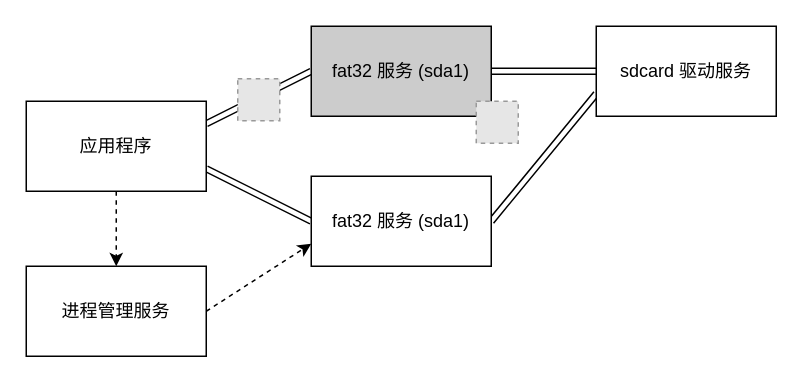
The draw.io diagram vfs/chfs_recovery.drawio in ReimuYk/drawio_master_graduate_paper, before the edit. Source tidied: cells renumbered, new cells numbered last; positions are measured from the earlier drawing's top-left corner, leaving out a move shared by most shapes. Both pictures are drawn from the tidied source at 150%, with x=0, y=0 at pixel (26, 26). Pictures stored in the file or linked from it are replaced by grey dashed boxes.
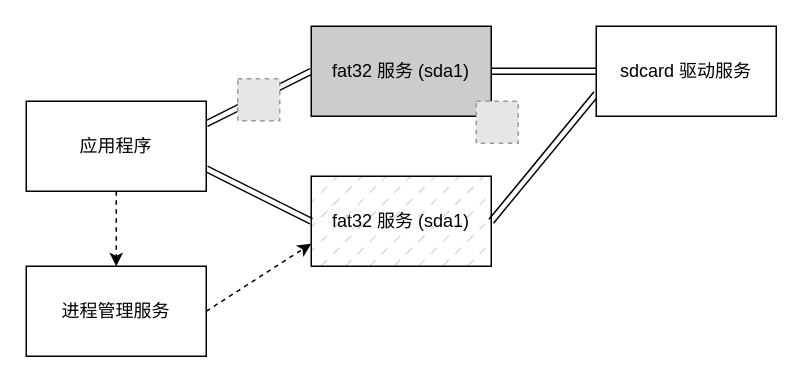
The same page after the edit.

What changed in the source:
```diff
@@
 <mxGraphModel>
   <root>
     <mxCell id="0" />
     <mxCell id="1" parent="0" />
     <mxCell id="2" style="rounded=0;jettySize=auto;html=1;exitX=1;exitY=0.25;exitDx=0;exitDy=0;entryX=0;entryY=0.5;entryDx=0;entryDy=0;shape=link;" parent="1" edge="1" source="5" target="12">
       <mxGeometry relative="1" as="geometry" />
     </mxCell>
     <mxCell id="3" style="edgeStyle=none;rounded=0;jettySize=auto;html=1;exitX=1;exitY=0.75;exitDx=0;exitDy=0;entryX=0;entryY=0.5;entryDx=0;entryDy=0;shape=link;" parent="1" edge="1" source="5" target="9">
       <mxGeometry relative="1" as="geometry" />
     </mxCell>
     <mxCell id="4" style="rounded=0;jettySize=auto;html=1;exitX=0.5;exitY=1;exitDx=0;exitDy=0;entryX=0.5;entryY=0;entryDx=0;entryDy=0;dashed=1;" parent="1" edge="1" source="5" target="7">
       <mxGeometry relative="1" as="geometry" />
     </mxCell>
     <mxCell id="5" value="应用程序" style="rounded=0;whiteSpace=wrap;html=1;" parent="1" vertex="1">
       <mxGeometry y="50" width="120" height="60" as="geometry" />
     </mxCell>
     <mxCell id="6" style="edgeStyle=none;rounded=0;jettySize=auto;html=1;exitX=1;exitY=0.5;exitDx=0;exitDy=0;entryX=0;entryY=0.75;entryDx=0;entryDy=0;dashed=1;" parent="1" edge="1" source="7" target="9">
       <mxGeometry relative="1" as="geometry" />
     </mxCell>
     <mxCell id="7" value="进程管理服务" style="rounded=0;whiteSpace=wrap;html=1;" parent="1" vertex="1">
       <mxGeometry y="160" width="120" height="60" as="geometry" />
     </mxCell>
     <mxCell id="8" style="rounded=0;jettySize=auto;html=1;exitX=1;exitY=0.5;exitDx=0;exitDy=0;entryX=0;entryY=0.75;entryDx=0;entryDy=0;shape=link;" parent="1" edge="1" source="9" target="10">
       <mxGeometry relative="1" as="geometry" />
     </mxCell>
-    <mxCell id="9" value="fat32 服务 (sda1)" style="rounded=0;whiteSpace=wrap;html=1;" parent="1" vertex="1">
+    <mxCell id="9" value="fat32 服务 (sda1)" style="rounded=0;whiteSpace=wrap;html=1;fillStyle=dashed;fillColor=#CCCCCC;" parent="1" vertex="1">
       <mxGeometry x="190" y="100" width="120" height="60" as="geometry" />
     </mxCell>
     <mxCell id="10" value="sdcard 驱动服务" style="rounded=0;whiteSpace=wrap;html=1;" parent="1" vertex="1">
       <mxGeometry x="380" width="120" height="60" as="geometry" />
     </mxCell>
     <mxCell id="11" style="edgeStyle=none;rounded=0;jettySize=auto;html=1;exitX=1;exitY=0.5;exitDx=0;exitDy=0;entryX=0;entryY=0.5;entryDx=0;entryDy=0;shape=link;" parent="1" edge="1" source="12" target="10">
       <mxGeometry relative="1" as="geometry" />
     </mxCell>
     <mxCell id="12" value="fat32 服务 (sda1)" style="rounded=0;whiteSpace=wrap;html=1;fillColor=#CCCCCC;" parent="1" vertex="1">
       <mxGeometry x="190" width="120" height="60" as="geometry" />
     </mxCell>
     <mxCell id="13" style="fillColor=#E6E6E6;strokeColor=#999999;dashed=1;html=1;verticalAlign=top;verticalLabelPosition=bottom;labelBackgroundColor=#ffffff;" parent="1" vertex="1">
       <mxGeometry x="300" y="50" width="28" height="28" as="geometry" />
     </mxCell>
     <mxCell id="14" style="fillColor=#E6E6E6;strokeColor=#999999;dashed=1;html=1;verticalAlign=top;verticalLabelPosition=bottom;labelBackgroundColor=#ffffff;" parent="1" vertex="1">
       <mxGeometry x="141" y="35" width="28" height="28" as="geometry" />
     </mxCell>
   </root>
 </mxGraphModel>
```
